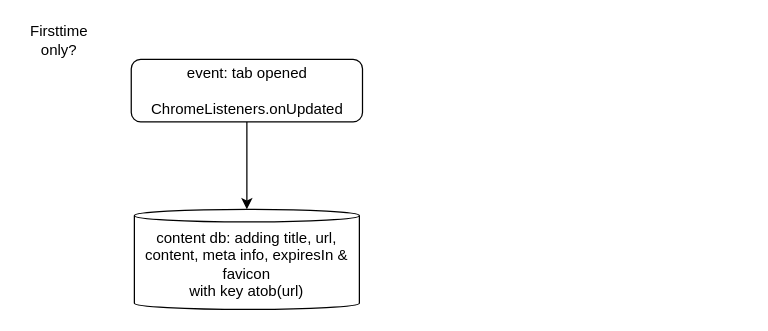
Above: docs/drawio/test.drawio in evandor/tabsets (draw.io), before the change. Source tidied: cells renumbered, new cells numbered last; positions are measured from the earlier drawing's top-left corner, leaving out a move shared by most shapes. Both pictures are drawn from the tidied source at 125%, with x=0, y=0 at pixel (21, 21).
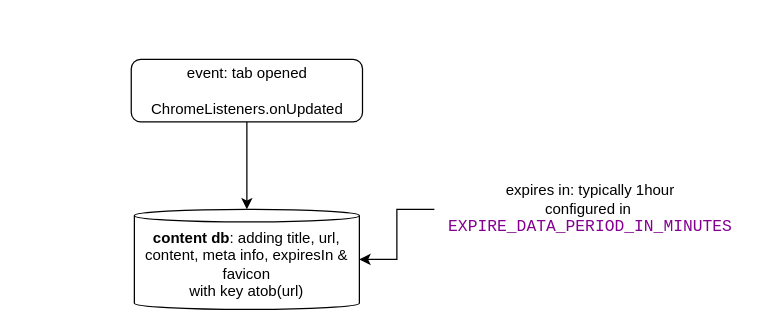
Above is the later version.

What changed in the source:
```diff
@@
 <mxGraphModel>
   <root>
     <mxCell id="0" />
     <mxCell id="1" parent="0" />
     <mxCell id="2" value="event: tab opened&lt;br&gt;&lt;br&gt;ChromeListeners.onUpdated" style="rounded=1;whiteSpace=wrap;html=1;" parent="1" vertex="1">
       <mxGeometry x="87.5" y="30" width="185" height="50" as="geometry" />
     </mxCell>
-    <mxCell id="3" value="content db: adding title, url, content, meta info, expiresIn &amp;amp; favicon&lt;br&gt;with key atob(url)" style="shape=cylinder3;whiteSpace=wrap;html=1;boundedLbl=1;backgroundOutline=1;size=5;" parent="1" vertex="1">
+    <mxCell id="3" value="&lt;b&gt;content db&lt;/b&gt;: adding title, url, content, meta info, expiresIn &amp;amp; favicon&lt;br&gt;with key atob(url)" style="shape=cylinder3;whiteSpace=wrap;html=1;boundedLbl=1;backgroundOutline=1;size=5;" parent="1" vertex="1">
       <mxGeometry x="90" y="150" width="180" height="80" as="geometry" />
     </mxCell>
     <mxCell id="4" style="endArrow=classic;html=1;rounded=0;entryX=0.5;entryY=0;entryDx=0;entryDy=0;entryPerimeter=0;" parent="1" edge="1" source="2" target="3">
       <mxGeometry relative="1" as="geometry" />
     </mxCell>
-    <mxCell id="5" value="Firsttime only?" style="text;html=1;strokeColor=none;fillColor=none;align=center;verticalAlign=middle;whiteSpace=wrap;rounded=0;" parent="1" vertex="1">
-      <mxGeometry width="60" height="30" as="geometry" />
-    </mxCell>
+    <mxCell id="6" style="edgeStyle=orthogonalEdgeStyle;rounded=0;jettySize=auto;html=1;exitX=0;exitY=0.5;exitDx=0;exitDy=0;entryX=1;entryY=0.5;entryDx=0;entryDy=0;entryPerimeter=0;" parent="1" edge="1" source="7" target="3">
+      <mxGeometry relative="1" as="geometry" />
+    </mxCell>
+    <mxCell id="7" value="expires in: typically 1hour&lt;br&gt;configured in&amp;nbsp;&lt;br&gt;&lt;div style=&quot;background-color: rgb(255, 255, 255); color: rgb(8, 8, 8); font-family: &amp;quot;JetBrains Mono&amp;quot;, monospace; font-size: 9.8pt;&quot;&gt;&lt;span style=&quot;color:#830091;&quot;&gt;EXPIRE_DATA_PERIOD_IN_MINUTES&lt;/span&gt;&lt;/div&gt;" style="text;html=1;strokeColor=none;fillColor=none;align=center;verticalAlign=middle;whiteSpace=wrap;rounded=0;" parent="1" vertex="1">
+      <mxGeometry x="330" y="110" width="250" height="80" as="geometry" />
+    </mxCell>
   </root>
 </mxGraphModel>
```
